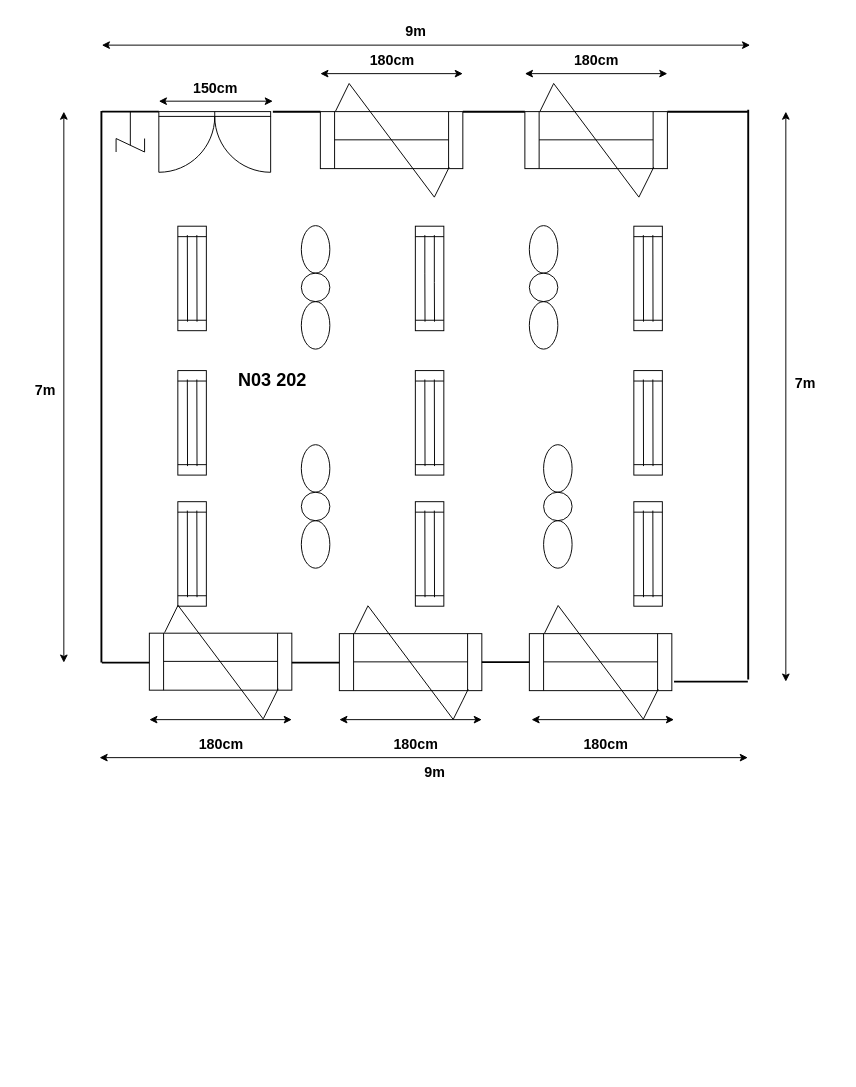
Above: page "Trang-1" (1 of 2) of Biểu đồ không có tiêu đề.drawio in minhminh2712/gi-i-thi-u-th-nh-vi-n (draw.io), before the change. Source tidied: cells renumbered, new cells numbered last; positions are measured from the earlier drawing's top-left corner, leaving out a move shared by most shapes. Both pictures are drawn from the tidied source at 95%, with x=0, y=0 at pixel (-175, 16).
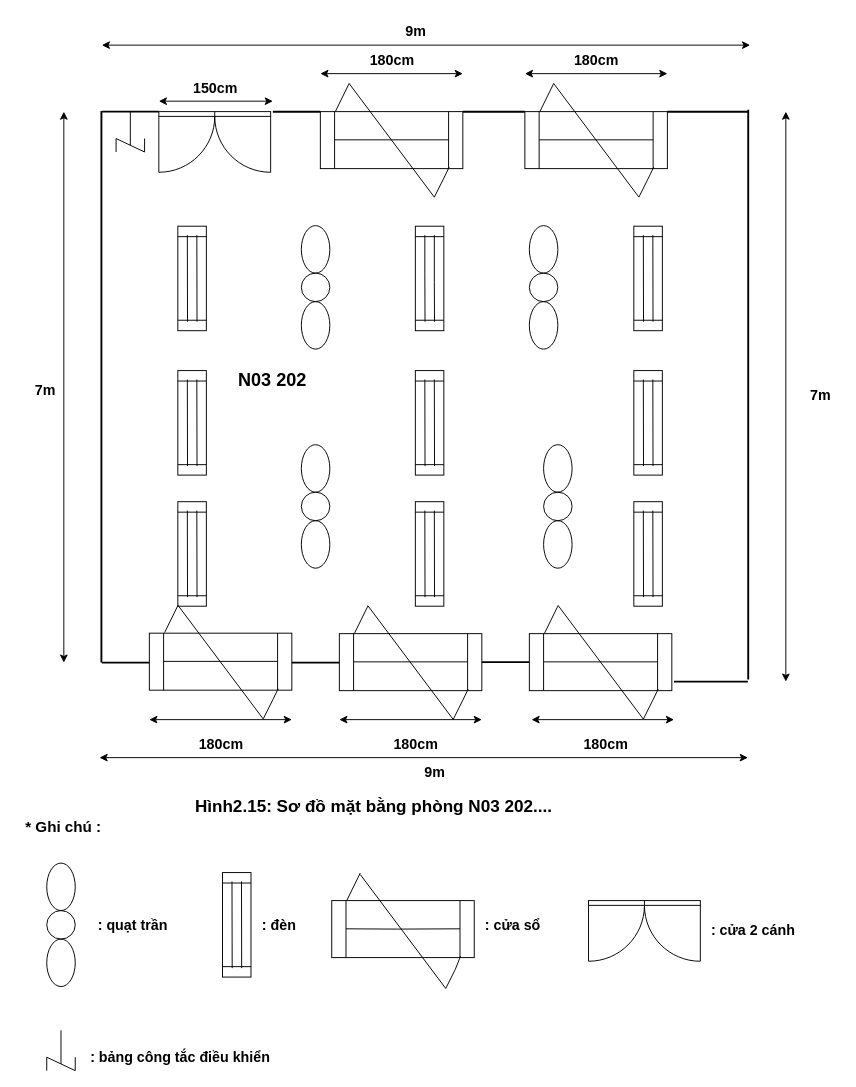
The same diagram, later.

Commit message:
Cập nhật Biểu đồ không có tiêu đề.drawio

Change to the diagram source:
```diff
@@
     <mxCell id="83" value="7m" style="text;html=1;align=center;verticalAlign=middle;strokeColor=none;fillColor=none;strokeWidth=1;rounded=0;fontStyle=1;fontSize=15;" parent="1" vertex="1">
-      <mxGeometry x="1010.7" y="369.6" width="40" height="30" as="geometry" />
+      <mxGeometry x="1027" y="382.9" width="40" height="30" as="geometry" />
     </mxCell>
@@
+    <mxCell id="99" style="ellipse;whiteSpace=wrap;html=1;fillColor=none;labelBackgroundColor=none;" parent="1" vertex="1">
+      <mxGeometry x="232.7" y="941" width="30" height="30" as="geometry" />
+    </mxCell>
+    <mxCell id="100" style="ellipse;whiteSpace=wrap;html=1;fillColor=none;labelBackgroundColor=none;" parent="1" vertex="1">
+      <mxGeometry x="232.7" y="971" width="30" height="50" as="geometry" />
+    </mxCell>
+    <mxCell id="101" style="ellipse;whiteSpace=wrap;html=1;fillColor=none;labelBackgroundColor=none;" parent="1" vertex="1">
+      <mxGeometry x="232.7" y="891" width="30" height="50" as="geometry" />
+    </mxCell>
+    <mxCell id="102" style="shape=process;whiteSpace=wrap;html=1;backgroundOutline=1;fillColor=none;verticalAlign=top;align=right;rotation=90;" parent="1" vertex="1">
+      <mxGeometry x="377.7" y="941" width="110" height="30" as="geometry" />
+    </mxCell>
+    <mxCell id="103" style="endArrow=none;html=1;rounded=0;" parent="1" edge="1">
+      <mxGeometry relative="1" as="geometry">
+        <mxPoint x="427.7" y="910.4" as="sourcePoint" />
+        <mxPoint x="427.9" y="1001.6" as="targetPoint" />
+      </mxGeometry>
+    </mxCell>
+    <mxCell id="104" style="endArrow=none;html=1;rounded=0;" parent="1" edge="1">
+      <mxGeometry relative="1" as="geometry">
+        <mxPoint x="437.7" y="910.4" as="sourcePoint" />
+        <mxPoint x="437.9" y="1001.6" as="targetPoint" />
+      </mxGeometry>
+    </mxCell>
+    <mxCell id="105" style="shape=process;whiteSpace=wrap;html=1;backgroundOutline=1;fillColor=none;" parent="1" vertex="1">
+      <mxGeometry x="532.7" y="930.5" width="150" height="60" as="geometry" />
+    </mxCell>
+    <mxCell id="106" style="endArrow=none;html=1;rounded=0;" parent="1" edge="1">
+      <mxGeometry relative="1" as="geometry">
+        <mxPoint x="667.7" y="960.2" as="sourcePoint" />
+        <mxPoint x="547.7" y="960.2" as="targetPoint" />
+        <Array as="points">
+          <mxPoint x="602" y="960.5" />
+        </Array>
+      </mxGeometry>
+    </mxCell>
+    <mxCell id="107" style="endArrow=none;html=1;rounded=0;entryX=0.904;entryY=0.975;entryDx=0;entryDy=0;entryPerimeter=0;" parent="1" edge="1" target="105">
+      <mxGeometry relative="1" as="geometry">
+        <mxPoint x="652.7" y="1023" as="sourcePoint" />
+        <Array as="points">
+          <mxPoint x="662.7" y="1003" />
+        </Array>
+      </mxGeometry>
+    </mxCell>
+    <mxCell id="108" style="endArrow=none;html=1;rounded=0;exitX=0.107;exitY=-0.009;exitDx=0;exitDy=0;exitPerimeter=0;" parent="1" edge="1" source="105">
+      <mxGeometry relative="1" as="geometry">
+        <mxPoint x="562.7" y="901.5" as="targetPoint" />
+        <Array as="points">
+          <mxPoint x="562.7" y="901.5" />
+        </Array>
+      </mxGeometry>
+    </mxCell>
+    <mxCell id="109" style="endArrow=none;html=1;rounded=0;" parent="1" edge="1">
+      <mxGeometry relative="1" as="geometry">
+        <mxPoint x="562.7" y="903" as="sourcePoint" />
+        <mxPoint x="652.7" y="1023" as="targetPoint" />
+      </mxGeometry>
+    </mxCell>
+    <mxCell id="110" style="verticalLabelPosition=bottom;html=1;verticalAlign=top;align=center;shape=mxgraph.floorplan.doorDouble;" parent="1" vertex="1">
+      <mxGeometry x="803" y="930.5" width="117.7" height="62.5" as="geometry" />
+    </mxCell>
+    <mxCell id="111" style="shape=mxgraph.pid.agitators.agitator,_stirrer;html=1;align=center;verticalLabelPosition=bottom;verticalAlign=top;dashed=0;rotation=0;" parent="1" vertex="1">
+      <mxGeometry x="232.7" y="1067" width="30" height="42.5" as="geometry" />
+    </mxCell>
+    <mxCell id="112" value=": quạt trần" style="text;html=1;align=center;verticalAlign=middle;strokeColor=none;fillColor=none;fontStyle=1;fontSize=15;" parent="1" vertex="1">
+      <mxGeometry x="277.7" y="941" width="90" height="30" as="geometry" />
+    </mxCell>
+    <mxCell id="113" value=": đèn" style="text;html=1;align=center;verticalAlign=middle;strokeColor=none;fillColor=none;fontStyle=1;fontSize=15;" parent="1" vertex="1">
+      <mxGeometry x="447" y="941" width="60" height="30" as="geometry" />
+    </mxCell>
+    <mxCell id="114" value=": cửa sổ" style="text;html=1;align=center;verticalAlign=middle;strokeColor=none;fillColor=none;fontStyle=1;fontSize=15;" parent="1" vertex="1">
+      <mxGeometry x="683" y="941" width="80" height="30" as="geometry" />
+    </mxCell>
+    <mxCell id="115" value=": cửa 2 cánh" style="text;html=1;align=center;verticalAlign=middle;strokeColor=none;fillColor=none;fontStyle=1;fontSize=15;" parent="1" vertex="1">
+      <mxGeometry x="920.6" y="945.5" width="110" height="30" as="geometry" />
+    </mxCell>
+    <mxCell id="116" value=": bảng công tắc điều khiển" style="text;html=1;align=center;verticalAlign=middle;strokeColor=none;fillColor=none;fontStyle=1;fontSize=15;" parent="1" vertex="1">
+      <mxGeometry x="272.7" y="1079.5" width="200" height="30" as="geometry" />
+    </mxCell>
+    <mxCell id="117" value="Hình2.15: Sơ đồ mặt bằng phòng N03 202....&amp;nbsp;" style="text;html=1;align=right;verticalAlign=middle;strokeColor=none;fillColor=none;fontStyle=1;fontSize=18;labelBackgroundColor=none;textShadow=0;spacingTop=2;" parent="1" vertex="1">
+      <mxGeometry x="385.7" y="814" width="385" height="33" as="geometry" />
+    </mxCell>
+    <mxCell id="118" value="* Ghi chú :" style="text;html=1;align=center;verticalAlign=middle;strokeColor=none;fillColor=none;fontStyle=1;fontSize=16;" parent="1" vertex="1">
+      <mxGeometry x="200.7" y="836" width="99" height="33" as="geometry" />
+    </mxCell>
```
